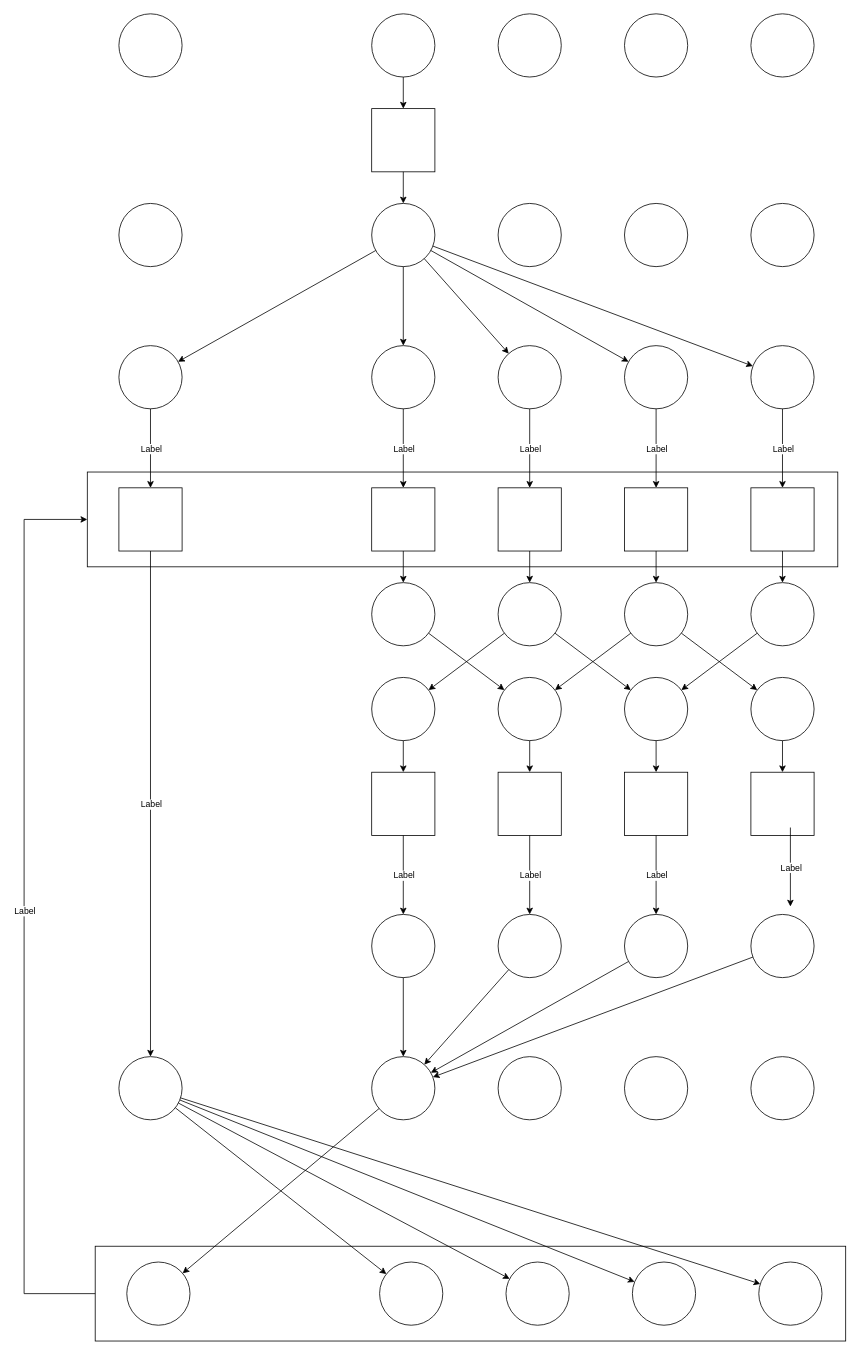
Earlier version of the draw.io diagram Untitled Diagram.drawio (tlittenberg/ldasoft). Source tidied: cells renumbered, new cells numbered last; positions are measured from the earlier drawing's top-left corner, leaving out a move shared by most shapes. Both pictures are drawn from the tidied source at 79%, with x=0, y=0 at pixel (24, 13).
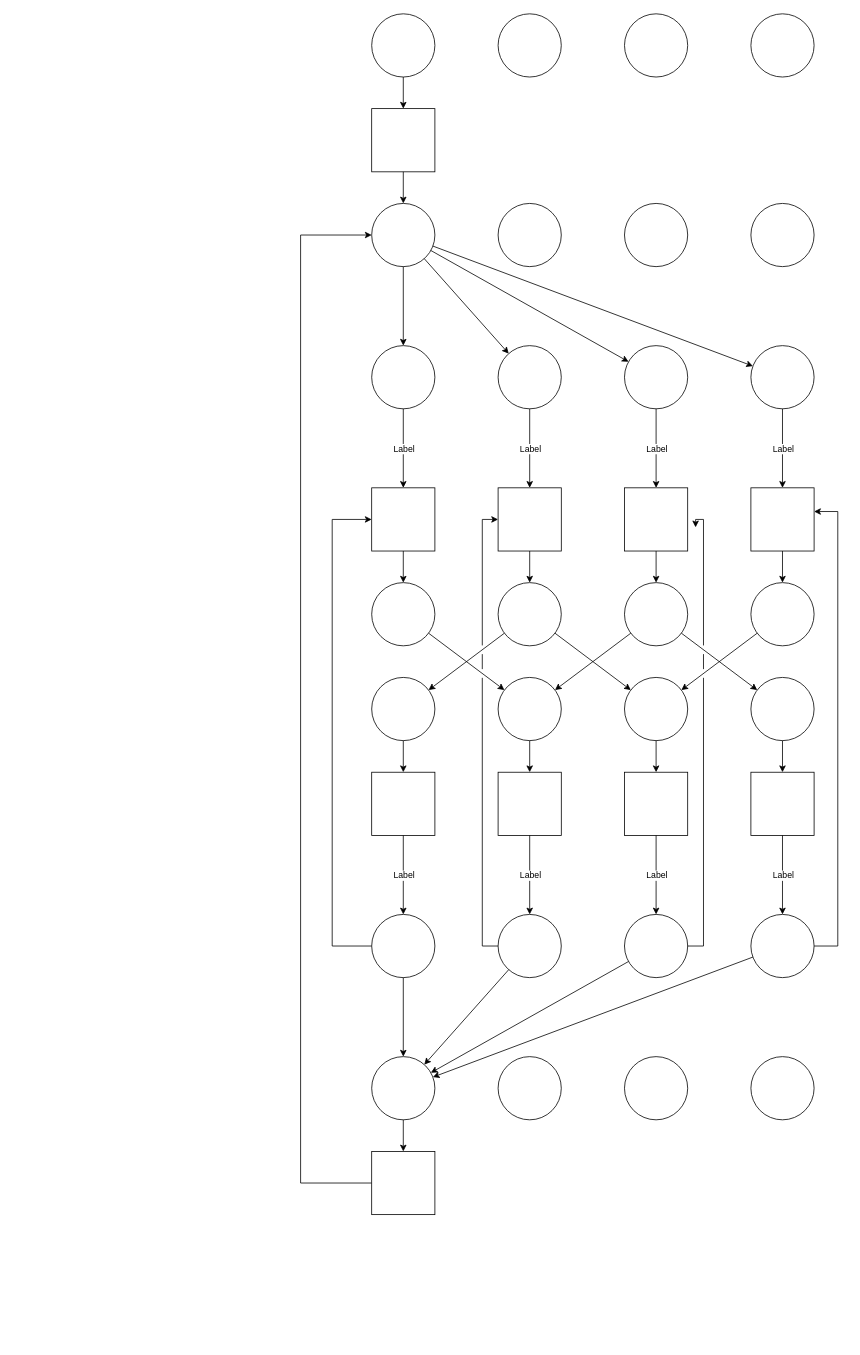
The same diagram, later.

The change refers to these unchanged cells:
```xml
<mxCell id="4" style="ellipse;whiteSpace=wrap;html=1;" parent="1" vertex="1">
  <mxGeometry x="440" y="240" width="80" height="80" as="geometry" />
</mxCell>
<mxCell id="16" style="rounded=0;whiteSpace=wrap;html=1;" parent="1" vertex="1">
  <mxGeometry x="440" y="600" width="80" height="80" as="geometry" />
</mxCell>
<mxCell id="17" style="rounded=0;whiteSpace=wrap;html=1;" parent="1" vertex="1">
  <mxGeometry x="600" y="600" width="80" height="80" as="geometry" />
</mxCell>
<mxCell id="53" style="rounded=0;whiteSpace=wrap;html=1;" parent="1" vertex="1">
  <mxGeometry x="920" y="960" width="80" height="80" as="geometry" />
</mxCell>
<mxCell id="61" style="ellipse;whiteSpace=wrap;html=1;" parent="1" vertex="1">
  <mxGeometry x="920" y="1140" width="80" height="80" as="geometry" />
</mxCell>
<mxCell id="63" style="ellipse;whiteSpace=wrap;html=1;" parent="1" vertex="1">
  <mxGeometry x="600" y="1140" width="80" height="80" as="geometry" />
</mxCell>
<mxCell id="64" style="ellipse;whiteSpace=wrap;html=1;" parent="1" vertex="1">
  <mxGeometry x="440" y="1140" width="80" height="80" as="geometry" />
</mxCell>
<mxCell id="67" style="ellipse;whiteSpace=wrap;html=1;" parent="1" vertex="1">
  <mxGeometry x="440" y="1320" width="80" height="80" as="geometry" />
</mxCell>
```

The edit, as a diff of the source:
```diff
@@
-    <mxCell id="2" style="rounded=0;whiteSpace=wrap;html=1;" parent="1" vertex="1">
-      <mxGeometry x="80" y="580" width="950" height="120" as="geometry" />
-    </mxCell>
-    <mxCell id="3" style="rounded=0;whiteSpace=wrap;html=1;" parent="1" vertex="1">
-      <mxGeometry x="90" y="1560" width="950" height="120" as="geometry" />
-    </mxCell>
@@
+    <mxCell id="103" style="edgeStyle=orthogonalEdgeStyle;rounded=0;jumpStyle=gap;jumpSize=11;jettySize=auto;html=1;exitX=1;exitY=0.5;exitDx=0;exitDy=0;" parent="1" edge="1" source="61">
+      <mxGeometry relative="1" as="geometry">
+        <mxPoint x="1000" y="630" as="targetPoint" />
+        <Array as="points">
+          <mxPoint x="1030" y="1180" />
+          <mxPoint x="1030" y="630" />
+        </Array>
+      </mxGeometry>
+    </mxCell>
@@
+    <mxCell id="104" style="edgeStyle=orthogonalEdgeStyle;rounded=0;jumpStyle=gap;jumpSize=11;orthogonalLoop=1;jettySize=auto;html=1;" parent="1" edge="1">
+      <mxGeometry relative="1" as="geometry">
+        <mxPoint x="760" y="1180" as="sourcePoint" />
+        <mxPoint x="850" y="650" as="targetPoint" />
+        <Array as="points">
+          <mxPoint x="860" y="1180" />
+          <mxPoint x="860" y="640" />
+          <mxPoint x="850" y="640" />
+        </Array>
+      </mxGeometry>
+    </mxCell>
@@
+    <mxCell id="105" style="edgeStyle=orthogonalEdgeStyle;rounded=0;jettySize=auto;html=1;entryX=0;entryY=0.5;entryDx=0;entryDy=0;jumpStyle=gap;jumpSize=11;exitX=0;exitY=0.5;exitDx=0;exitDy=0;" parent="1" edge="1" source="63" target="17">
+      <mxGeometry relative="1" as="geometry">
+        <Array as="points">
+          <mxPoint x="580" y="1180" />
+          <mxPoint x="580" y="640" />
+        </Array>
+      </mxGeometry>
+    </mxCell>
@@
+    <mxCell id="106" style="edgeStyle=orthogonalEdgeStyle;rounded=0;jettySize=auto;html=1;entryX=0;entryY=0.5;entryDx=0;entryDy=0;exitX=0;exitY=0.5;exitDx=0;exitDy=0;" parent="1" edge="1" source="64" target="16">
+      <mxGeometry relative="1" as="geometry">
+        <Array as="points">
+          <mxPoint x="390" y="1180" />
+          <mxPoint x="390" y="640" />
+        </Array>
+      </mxGeometry>
+    </mxCell>
@@
-    <mxCell id="65" style="endArrow=classic;html=1;exitX=0;exitY=0.5;exitDx=0;exitDy=0;entryX=0;entryY=0.5;entryDx=0;entryDy=0;rounded=0;" parent="1" edge="1" source="3" target="2">
-      <mxGeometry relative="1" as="geometry">
-        <Array as="points">
-          <mxPoint y="1620" />
-          <mxPoint y="640" />
-        </Array>
-      </mxGeometry>
-    </mxCell>
-    <mxCell id="66" value="Label" style="edgeLabel;html=1;align=center;verticalAlign=middle;" parent="65" vertex="1">
-      <mxGeometry relative="1" as="geometry" />
-    </mxCell>
@@
-    <mxCell id="78" style="endArrow=classic;html=1;exitX=0.5;exitY=1;exitDx=0;exitDy=0;" parent="1" edge="1">
-      <mxGeometry relative="1" as="geometry">
-        <mxPoint x="970" y="1030" as="sourcePoint" />
-        <mxPoint x="970" y="1130" as="targetPoint" />
-      </mxGeometry>
+    <mxCell id="78" style="endArrow=classic;html=1;exitX=0.5;exitY=1;exitDx=0;exitDy=0;" parent="1" edge="1" source="53" target="61">
+      <mxGeometry relative="1" as="geometry" />
     </mxCell>
@@
-    <mxCell id="83" style="ellipse;whiteSpace=wrap;html=1;" parent="1" vertex="1">
-      <mxGeometry x="120" width="80" height="80" as="geometry" />
-    </mxCell>
-    <mxCell id="84" style="ellipse;whiteSpace=wrap;html=1;" parent="1" vertex="1">
-      <mxGeometry x="120" y="240" width="80" height="80" as="geometry" />
-    </mxCell>
-    <mxCell id="85" style="ellipse;whiteSpace=wrap;html=1;" parent="1" vertex="1">
-      <mxGeometry x="120" y="420" width="80" height="80" as="geometry" />
-    </mxCell>
-    <mxCell id="86" style="rounded=0;whiteSpace=wrap;html=1;" parent="1" vertex="1">
-      <mxGeometry x="120" y="600" width="80" height="80" as="geometry" />
-    </mxCell>
-    <mxCell id="87" style="endArrow=classic;html=1;" parent="1" edge="1" source="4" target="85">
-      <mxGeometry relative="1" as="geometry" />
-    </mxCell>
-    <mxCell id="88" style="ellipse;whiteSpace=wrap;html=1;" parent="1" vertex="1">
-      <mxGeometry x="120" y="1320" width="80" height="80" as="geometry" />
-    </mxCell>
-    <mxCell id="89" style="ellipse;whiteSpace=wrap;html=1;" parent="1" vertex="1">
-      <mxGeometry x="930" y="1580" width="80" height="80" as="geometry" />
-    </mxCell>
-    <mxCell id="90" style="ellipse;whiteSpace=wrap;html=1;" parent="1" vertex="1">
-      <mxGeometry x="770" y="1580" width="80" height="80" as="geometry" />
-    </mxCell>
-    <mxCell id="91" style="ellipse;whiteSpace=wrap;html=1;" parent="1" vertex="1">
-      <mxGeometry x="610" y="1580" width="80" height="80" as="geometry" />
-    </mxCell>
-    <mxCell id="92" style="ellipse;whiteSpace=wrap;html=1;" parent="1" vertex="1">
-      <mxGeometry x="450" y="1580" width="80" height="80" as="geometry" />
-    </mxCell>
-    <mxCell id="93" style="ellipse;whiteSpace=wrap;html=1;" parent="1" vertex="1">
-      <mxGeometry x="130" y="1580" width="80" height="80" as="geometry" />
-    </mxCell>
-    <mxCell id="94" style="endArrow=classic;html=1;exitX=0.5;exitY=1;exitDx=0;exitDy=0;" parent="1" edge="1" source="86" target="88">
-      <mxGeometry relative="1" as="geometry" />
-    </mxCell>
-    <mxCell id="95" value="Label" style="edgeLabel;html=1;align=center;verticalAlign=middle;" parent="94" vertex="1">
-      <mxGeometry relative="1" as="geometry" />
-    </mxCell>
-    <mxCell id="96" style="endArrow=classic;html=1;" parent="1" edge="1" source="67" target="93">
-      <mxGeometry relative="1" as="geometry" />
-    </mxCell>
-    <mxCell id="97" style="endArrow=classic;html=1;" parent="1" edge="1" source="88" target="92">
-      <mxGeometry relative="1" as="geometry" />
-    </mxCell>
-    <mxCell id="98" style="endArrow=classic;html=1;entryX=0.5;entryY=0;entryDx=0;entryDy=0;" parent="1" edge="1" source="85" target="86">
-      <mxGeometry relative="1" as="geometry" />
-    </mxCell>
-    <mxCell id="99" value="Label" style="edgeLabel;html=1;align=center;verticalAlign=middle;" parent="98" vertex="1">
-      <mxGeometry relative="1" as="geometry" />
-    </mxCell>
-    <mxCell id="100" style="endArrow=classic;html=1;" parent="1" edge="1" source="88" target="91">
-      <mxGeometry relative="1" as="geometry" />
-    </mxCell>
-    <mxCell id="101" style="endArrow=classic;html=1;" parent="1" edge="1" source="88" target="90">
-      <mxGeometry relative="1" as="geometry" />
-    </mxCell>
-    <mxCell id="102" style="endArrow=classic;html=1;" parent="1" edge="1" source="88" target="89">
-      <mxGeometry relative="1" as="geometry" />
-    </mxCell>
+    <mxCell id="107" style="edgeStyle=orthogonalEdgeStyle;rounded=0;jumpStyle=gap;jumpSize=11;jettySize=auto;html=1;entryX=0;entryY=0.5;entryDx=0;entryDy=0;" parent="1" edge="1" source="108" target="4">
+      <mxGeometry relative="1" as="geometry">
+        <Array as="points">
+          <mxPoint x="350" y="1480" />
+          <mxPoint x="350" y="280" />
+        </Array>
+      </mxGeometry>
+    </mxCell>
+    <mxCell id="108" style="rounded=0;whiteSpace=wrap;html=1;" parent="1" vertex="1">
+      <mxGeometry x="440" y="1440" width="80" height="80" as="geometry" />
+    </mxCell>
+    <mxCell id="109" style="endArrow=classic;html=1;entryX=0.5;entryY=0;entryDx=0;entryDy=0;" parent="1" edge="1" source="67" target="108">
+      <mxGeometry relative="1" as="geometry" />
+    </mxCell>
```
